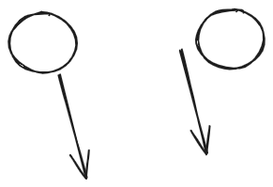
This is diplom/assets/math/discrete/dep_flow.excalidraw.png from NMashalov/EducationGenerativeModelApplication, a Excalidraw export, as it was before one commit. Source tidied: one line per element, renumbered; positions are measured from the earlier drawing's top-left corner, leaving out a move shared by most shapes. Source of this version:
```json
{"id": 0, "type": "ellipse", "strokeColor": "#1e1e1e", "strokeWidth": 2, "roughness": 1, "round": true, "x": 0, "y": 4, "width": 71, "height": 63}
{"id": 1, "type": "ellipse", "strokeColor": "#1e1e1e", "strokeWidth": 2, "roughness": 1, "round": true, "x": 200, "y": 0, "width": 71, "height": 63}
{"id": 2, "type": "arrow", "strokeColor": "#1e1e1e", "strokeWidth": 2, "roughness": 1, "endArrowhead": "arrow", "round": true, "from": 0, "x": 54, "y": 70, "width": 29, "height": 110, "points": [[0, 0], [29, 110]]}
{"id": 3, "type": "arrow", "strokeColor": "#1e1e1e", "strokeWidth": 2, "roughness": 1, "endArrowhead": "arrow", "round": true, "x": 182, "y": 44, "width": 29, "height": 110, "points": [[0, 0], [29, 110]]}
```
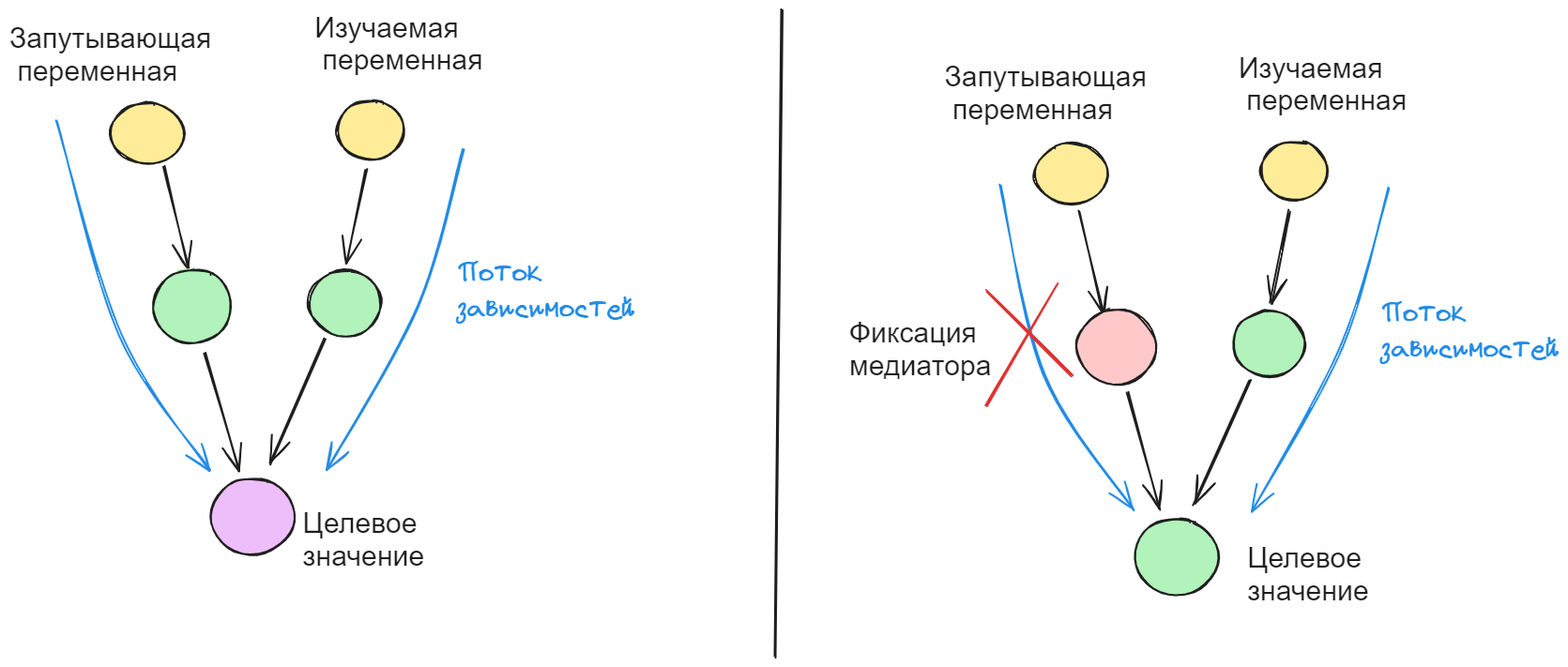
The same diagram one commit later.

The edit, as a diff of the source:
```diff
@@ -1,4 +1,34 @@
-{"id": 0, "type": "ellipse", "strokeColor": "#1e1e1e", "strokeWidth": 2, "roughness": 1, "round": true, "x": 0, "y": 4, "width": 71, "height": 63}
+{"id": 0, "type": "ellipse", "strokeColor": "#1e1e1e", "backgroundColor": "#ffec99", "fillStyle": "solid", "strokeWidth": 2, "roughness": 1, "round": true, "x": -41, "y": 3, "width": 78, "height": 65}
-{"id": 1, "type": "ellipse", "strokeColor": "#1e1e1e", "strokeWidth": 2, "roughness": 1, "round": true, "x": 200, "y": 0, "width": 71, "height": 63}
+{"id": 1, "type": "ellipse", "strokeColor": "#1e1e1e", "backgroundColor": "#ffec99", "fillStyle": "solid", "strokeWidth": 2, "roughness": 1, "round": true, "x": 200, "y": 0, "width": 71, "height": 63}
-{"id": 2, "type": "arrow", "strokeColor": "#1e1e1e", "strokeWidth": 2, "roughness": 1, "endArrowhead": "arrow", "round": true, "from": 0, "x": 54, "y": 70, "width": 29, "height": 110, "points": [[0, 0], [29, 110]]}
+{"id": 2, "type": "arrow", "strokeColor": "#1e1e1e", "strokeWidth": 2, "roughness": 1, "endArrowhead": "arrow", "round": true, "from": 0, "to": 5, "x": 16, "y": 70, "width": 26, "height": 109, "points": [[0, 0], [26, 109]]}
-{"id": 3, "type": "arrow", "strokeColor": "#1e1e1e", "strokeWidth": 2, "roughness": 1, "endArrowhead": "arrow", "round": true, "x": 182, "y": 44, "width": 29, "height": 110, "points": [[0, 0], [29, 110]]}
+{"id": 3, "type": "arrow", "strokeColor": "#1e1e1e", "strokeWidth": 2, "roughness": 1, "endArrowhead": "arrow", "round": true, "from": 1, "to": 6, "x": 231, "y": 74, "width": 20, "height": 99, "points": [[0, 0], [-20, 99]]}
+{"id": 4, "type": "text", "text": "Изучаемая\n переменная", "strokeColor": "#1e1e1e", "backgroundColor": "#ffec99", "fillStyle": "solid", "strokeWidth": 2, "roughness": 1, "fontSize": 30.24, "fontFamily": 2, "x": 176, "y": -95, "width": 179, "height": 70}
+{"id": 5, "type": "ellipse", "strokeColor": "#1e1e1e", "backgroundColor": "#b2f2bb", "fillStyle": "solid", "strokeWidth": 2, "roughness": 1, "round": true, "x": 4, "y": 180, "width": 84, "height": 80}
+{"id": 6, "type": "ellipse", "strokeColor": "#1e1e1e", "backgroundColor": "#b2f2bb", "fillStyle": "solid", "strokeWidth": 2, "roughness": 1, "round": true, "x": 170, "y": 181, "width": 77, "height": 70}
+{"id": 7, "type": "arrow", "strokeColor": "#1e1e1e", "backgroundColor": "#b2f2bb", "fillStyle": "solid", "strokeWidth": 2, "roughness": 1, "endArrowhead": "arrow", "round": true, "from": 5, "to": 9, "x": 60, "y": 269, "width": 36, "height": 125, "points": [[0, 0], [36, 125]]}
+{"id": 8, "type": "arrow", "strokeColor": "#1e1e1e", "backgroundColor": "#b2f2bb", "fillStyle": "solid", "strokeWidth": 2, "roughness": 1, "endArrowhead": "arrow", "round": true, "from": 6, "to": 9, "x": 188, "y": 255, "width": 60, "height": 133, "points": [[0, 0], [-60, 133]]}
+{"id": 9, "type": "ellipse", "strokeColor": "#1e1e1e", "backgroundColor": "#eebefa", "fillStyle": "solid", "strokeWidth": 2, "roughness": 1, "round": true, "x": 65, "y": 403, "width": 90, "height": 81}
+{"id": 10, "type": "text", "text": "Целевое\nзначение", "strokeColor": "#1e1e1e", "backgroundColor": "#ffec99", "fillStyle": "solid", "strokeWidth": 2, "roughness": 1, "fontSize": 30.24, "fontFamily": 2, "x": 164, "y": 434, "width": 130, "height": 70}
+{"id": 11, "type": "arrow", "strokeColor": "#228be6", "backgroundColor": "#b2f2bb", "fillStyle": "solid", "strokeWidth": 2, "roughness": 1, "endArrowhead": "arrow", "round": true, "x": 336, "y": 51, "width": 145, "height": 343, "points": [[0, 0], [-50, 168], [-145, 343]]}
+{"id": 12, "type": "text", "text": "Поток\nзависимостей", "strokeColor": "#228be6", "backgroundColor": "#b2f2bb", "fillStyle": "solid", "strokeWidth": 2, "roughness": 1, "fontSize": 29.85, "fontFamily": 1, "x": 328, "y": 167, "width": 190, "height": 75}
+{"id": 13, "type": "text", "text": "Запутывающая\n переменная", "strokeColor": "#1e1e1e", "backgroundColor": "#ffec99", "fillStyle": "solid", "strokeWidth": 2, "roughness": 1, "fontSize": 30.24, "fontFamily": 2, "x": -149, "y": -83, "width": 215, "height": 70}
+{"id": 14, "type": "arrow", "strokeColor": "#228be6", "backgroundColor": "#b2f2bb", "fillStyle": "solid", "strokeWidth": 2, "roughness": 1, "endArrowhead": "arrow", "round": true, "x": -99, "y": 22, "width": 164, "height": 371, "points": [[0, 0], [67, 228], [164, 371]]}
+{"id": 15, "type": "line", "strokeColor": "#1e1e1e", "backgroundColor": "#ffc9c9", "fillStyle": "solid", "strokeWidth": 2, "roughness": 1, "round": true, "x": 675, "y": -97, "width": 8, "height": 690, "points": [[0, 0], [-8, 690]]}
+{"id": 16, "type": "text", "text": "Фиксация \nмедиатора", "strokeColor": "#1e1e1e", "backgroundColor": "#ffec99", "fillStyle": "solid", "strokeWidth": 2, "roughness": 1, "fontSize": 30.24, "fontFamily": 2, "x": 746, "y": 230, "width": 152, "height": 70}
+{"id": 17, "type": "ellipse", "strokeColor": "#1e1e1e", "backgroundColor": "#ffec99", "fillStyle": "solid", "strokeWidth": 2, "roughness": 1, "round": true, "x": 943, "y": 46, "width": 78, "height": 65}
+{"id": 18, "type": "ellipse", "strokeColor": "#1e1e1e", "backgroundColor": "#ffec99", "fillStyle": "solid", "strokeWidth": 2, "roughness": 1, "round": true, "x": 1185, "y": 43, "width": 71, "height": 63}
+{"id": 19, "type": "arrow", "strokeColor": "#1e1e1e", "strokeWidth": 2, "roughness": 1, "endArrowhead": "arrow", "round": true, "from": 17, "x": 991, "y": 119, "width": 26, "height": 109, "points": [[0, 0], [26, 109]]}
+{"id": 20, "type": "arrow", "strokeColor": "#1e1e1e", "strokeWidth": 2, "roughness": 1, "endArrowhead": "arrow", "round": true, "from": 18, "to": 23, "x": 1215, "y": 117, "width": 20, "height": 99, "points": [[0, 0], [-20, 99]]}
+{"id": 21, "type": "text", "text": "Изучаемая\n переменная", "strokeColor": "#1e1e1e", "backgroundColor": "#ffec99", "fillStyle": "solid", "strokeWidth": 2, "roughness": 1, "fontSize": 30.24, "fontFamily": 2, "x": 1161, "y": -52, "width": 179, "height": 70}
+{"id": 22, "type": "ellipse", "strokeColor": "#1e1e1e", "backgroundColor": "#ffc9c9", "fillStyle": "solid", "strokeWidth": 2, "roughness": 1, "round": true, "x": 989, "y": 223, "width": 84, "height": 80}
+{"id": 23, "type": "ellipse", "strokeColor": "#1e1e1e", "backgroundColor": "#b2f2bb", "fillStyle": "solid", "strokeWidth": 2, "roughness": 1, "round": true, "x": 1155, "y": 224, "width": 77, "height": 70}
+{"id": 24, "type": "arrow", "strokeColor": "#1e1e1e", "backgroundColor": "#b2f2bb", "fillStyle": "solid", "strokeWidth": 2, "roughness": 1, "endArrowhead": "arrow", "round": true, "from": 22, "to": 26, "x": 1042, "y": 310, "width": 36, "height": 125, "points": [[0, 0], [36, 125]]}
+{"id": 25, "type": "arrow", "strokeColor": "#1e1e1e", "backgroundColor": "#b2f2bb", "fillStyle": "solid", "strokeWidth": 2, "roughness": 1, "endArrowhead": "arrow", "round": true, "from": 23, "to": 26, "x": 1173, "y": 298, "width": 60, "height": 133, "points": [[0, 0], [-60, 133]]}
+{"id": 26, "type": "ellipse", "strokeColor": "#1e1e1e", "backgroundColor": "#b2f2bb", "fillStyle": "solid", "strokeWidth": 2, "roughness": 1, "round": true, "x": 1050, "y": 446, "width": 90, "height": 81}
+{"id": 27, "type": "text", "text": "Целевое\nзначение", "strokeColor": "#1e1e1e", "backgroundColor": "#ffec99", "fillStyle": "solid", "strokeWidth": 2, "roughness": 1, "fontSize": 30.24, "fontFamily": 2, "x": 1170, "y": 471, "width": 130, "height": 70}
+{"id": 28, "type": "arrow", "strokeColor": "#228be6", "backgroundColor": "#b2f2bb", "fillStyle": "solid", "strokeWidth": 2, "roughness": 1, "endArrowhead": "arrow", "round": true, "x": 1320, "y": 94, "width": 145, "height": 343, "points": [[0, 0], [-50, 168], [-145, 343]]}
+{"id": 29, "type": "text", "text": "Поток\nзависимостей", "strokeColor": "#228be6", "backgroundColor": "#b2f2bb", "fillStyle": "solid", "strokeWidth": 2, "roughness": 1, "fontSize": 29.85, "fontFamily": 1, "x": 1313, "y": 210, "width": 190, "height": 75}
+{"id": 30, "type": "text", "text": "Запутывающая\n переменная", "strokeColor": "#1e1e1e", "backgroundColor": "#ffec99", "fillStyle": "solid", "strokeWidth": 2, "roughness": 1, "fontSize": 30.24, "fontFamily": 2, "x": 848, "y": -42, "width": 215, "height": 70}
+{"id": 31, "type": "arrow", "strokeColor": "#228be6", "backgroundColor": "#b2f2bb", "fillStyle": "solid", "strokeWidth": 2, "roughness": 1, "endArrowhead": "arrow", "round": true, "x": 908, "y": 91, "width": 142, "height": 346, "points": [[0, 0], [46, 202], [142, 346]]}
+{"id": 32, "type": "line", "strokeColor": "#e03131", "backgroundColor": "#ffc9c9", "fillStyle": "solid", "strokeWidth": 2, "roughness": 1, "round": true, "x": 893, "y": 326, "width": 75, "height": 130, "points": [[0, 0], [75, -130]]}
+{"id": 33, "type": "line", "strokeColor": "#e03131", "backgroundColor": "#ffc9c9", "fillStyle": "solid", "strokeWidth": 2, "roughness": 1, "round": true, "x": 984, "y": 294, "width": 91, "height": 91, "points": [[0, 0], [-91, -91]]}
```
